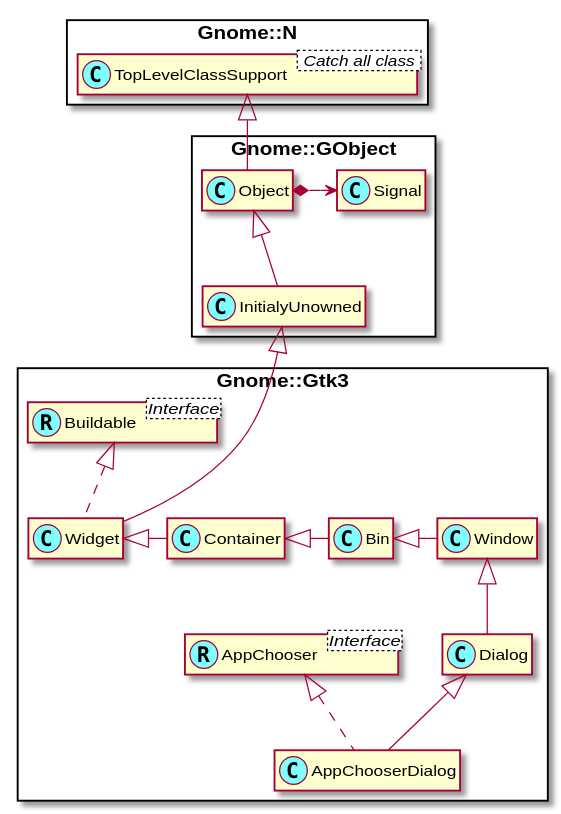
The PlantUML diagram docs/content-docs/reference/Gtk3/plantuml/AboutDialog.svg in MARTIMM/gnome-gtk3, before a commit. Its diagram source:
```plantuml
@startuml
scale 0.9
skinparam packageStyle rectangle
skinparam stereotypeCBackgroundColor #80ffff
set namespaceSeparator ::
hide members

class Gnome::N::TopLevelClassSupport < Catch all class >
Interface Gnome::Gtk3::Buildable <Interface>
Interface Gnome::Gtk3::AppChooser <Interface>

class Gnome::Gtk3::Buildable <<(R,#80ffff)>>
class Gnome::Gtk3::AppChooser <<(R,#80ffff)>>

Gnome::N::TopLevelClassSupport <|-- Gnome::GObject::Object
Gnome::GObject::Object <|-- Gnome::GObject::InitialyUnowned
Gnome::GObject::Object *-> Gnome::GObject::Signal

Gnome::GObject::InitialyUnowned <|--- Gnome::Gtk3::Widget

Gnome::Gtk3::Widget <|- Gnome::Gtk3::Container
Gnome::Gtk3::Container <|- Gnome::Gtk3::Bin
Gnome::Gtk3::Bin <|- Gnome::Gtk3::Window
Gnome::Gtk3::Window <|-- Gnome::Gtk3::Dialog

Gnome::Gtk3::Dialog <|-- Gnome::Gtk3::AppChooserDialog

Gnome::Gtk3::Buildable <|.. Gnome::Gtk3::Widget
Gnome::Gtk3::AppChooser <|.. Gnome::Gtk3::AppChooserDialog

@enduml
```
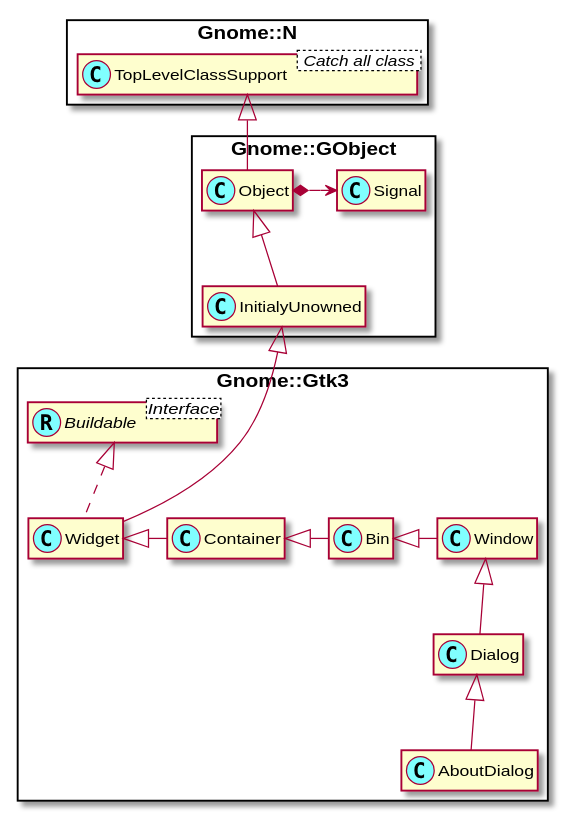
The same file after the commit.

What changed in the source:
```diff
@@ -6,11 +6,12 @@
 hide members
 
 class Gnome::N::TopLevelClassSupport < Catch all class >
-Interface Gnome::Gtk3::Buildable <Interface>
-Interface Gnome::Gtk3::AppChooser <Interface>
 
 class Gnome::Gtk3::Buildable <<(R,#80ffff)>>
-class Gnome::Gtk3::AppChooser <<(R,#80ffff)>>
+Interface Gnome::Gtk3::Buildable <Interface>
+
+
+
 
 Gnome::N::TopLevelClassSupport <|-- Gnome::GObject::Object
 Gnome::GObject::Object <|-- Gnome::GObject::InitialyUnowned
@@ -23,9 +24,8 @@
 Gnome::Gtk3::Bin <|- Gnome::Gtk3::Window
 Gnome::Gtk3::Window <|-- Gnome::Gtk3::Dialog
 
-Gnome::Gtk3::Dialog <|-- Gnome::Gtk3::AppChooserDialog
+Gnome::Gtk3::Dialog <|-- Gnome::Gtk3::AboutDialog
 
 Gnome::Gtk3::Buildable <|.. Gnome::Gtk3::Widget
-Gnome::Gtk3::AppChooser <|.. Gnome::Gtk3::AppChooserDialog
 
 @enduml
```
